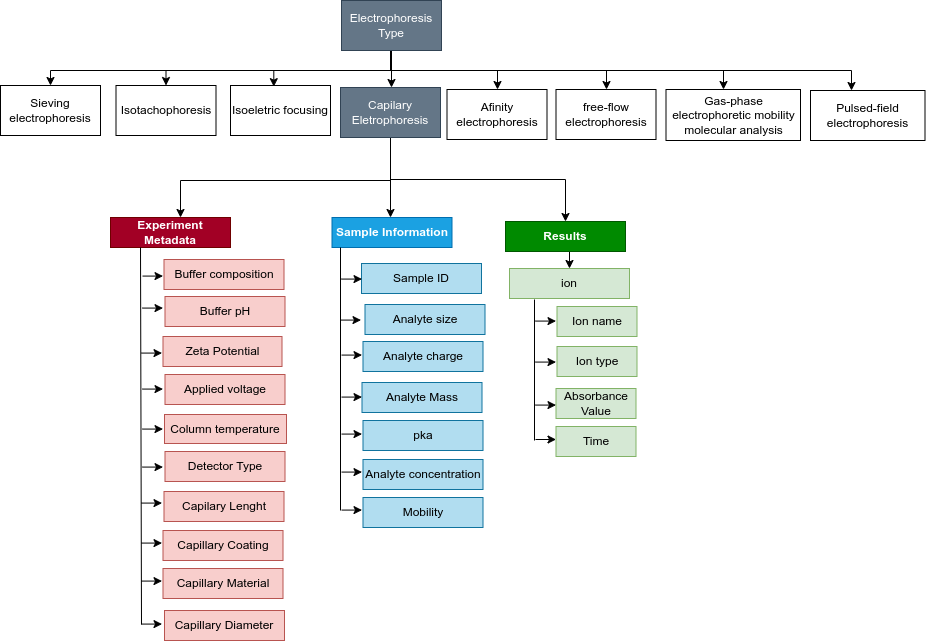
Earlier version of the draw.io export vignettes/capillaryElectrophoresis.png (cran/FAIRmaterials). Source tidied: cells renumbered, new cells last; positions are measured from the earlier drawing's top-left corner, leaving out a move shared by most shapes.
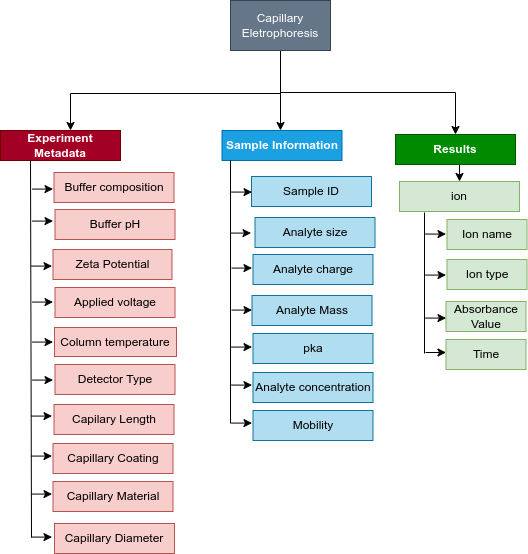
The same diagram one commit later.

The edit, as a diff of the source:
```diff
@@ -14,7 +14,7 @@
     <mxCell id="5" value="Detector Type" style="rounded=0;whiteSpace=wrap;html=1;fillColor=#f8cecc;strokeColor=#b85450;" parent="1" vertex="1">
       <mxGeometry x="164.5" y="451" width="120" height="30" as="geometry" />
     </mxCell>
-    <mxCell id="6" value="Capilary Lenght" style="rounded=0;whiteSpace=wrap;html=1;fillColor=#f8cecc;strokeColor=#b85450;" parent="1" vertex="1">
+    <mxCell id="6" value="Capilary Length" style="rounded=0;whiteSpace=wrap;html=1;fillColor=#f8cecc;strokeColor=#b85450;" parent="1" vertex="1">
       <mxGeometry x="163.5" y="491" width="120" height="30" as="geometry" />
     </mxCell>
     <mxCell id="7" value="Applied voltage" style="rounded=0;whiteSpace=wrap;html=1;fillColor=#f8cecc;strokeColor=#b85450;" parent="1" vertex="1">
@@ -56,77 +56,6 @@
     <mxCell id="19" value="ion" style="rounded=0;whiteSpace=wrap;html=1;fillColor=#d5e8d4;strokeColor=#82b366;" parent="1" vertex="1">
       <mxGeometry x="509" y="268" width="120" height="30" as="geometry" />
     </mxCell>
-    <mxCell id="20" style="edgeStyle=orthogonalEdgeStyle;rounded=0;jettySize=auto;html=1;exitX=0.5;exitY=1;exitDx=0;exitDy=0;" parent="1" edge="1" source="28" target="36">
-      <mxGeometry relative="1" as="geometry">
-        <Array as="points">
-          <mxPoint x="390" y="50" />
-          <mxPoint x="390" y="70" />
-          <mxPoint x="497" y="70" />
-        </Array>
-      </mxGeometry>
-    </mxCell>
-    <mxCell id="21" style="edgeStyle=orthogonalEdgeStyle;rounded=0;jettySize=auto;html=1;" parent="1" edge="1" source="28" target="37">
-      <mxGeometry relative="1" as="geometry">
-        <Array as="points">
-          <mxPoint x="390" y="70" />
-          <mxPoint x="606" y="70" />
-        </Array>
-      </mxGeometry>
-    </mxCell>
-    <mxCell id="22" style="edgeStyle=orthogonalEdgeStyle;rounded=0;jettySize=auto;html=1;" parent="1" edge="1" source="28" target="38">
-      <mxGeometry relative="1" as="geometry">
-        <Array as="points">
-          <mxPoint x="390" y="70" />
-          <mxPoint x="723" y="70" />
-        </Array>
-      </mxGeometry>
-    </mxCell>
-    <mxCell id="23" style="edgeStyle=orthogonalEdgeStyle;rounded=0;jettySize=auto;html=1;exitX=0.5;exitY=1;exitDx=0;exitDy=0;" parent="1" edge="1" source="28" target="39">
-      <mxGeometry relative="1" as="geometry">
-        <Array as="points">
-          <mxPoint x="390" y="50" />
-          <mxPoint x="390" y="70" />
-          <mxPoint x="851" y="70" />
-        </Array>
-      </mxGeometry>
-    </mxCell>
-    <mxCell id="24" style="edgeStyle=orthogonalEdgeStyle;rounded=0;jettySize=auto;html=1;" parent="1" edge="1" source="28" target="35">
-      <mxGeometry relative="1" as="geometry">
-        <Array as="points">
-          <mxPoint x="391" y="70" />
-          <mxPoint x="50" y="70" />
-        </Array>
-      </mxGeometry>
-    </mxCell>
-    <mxCell id="25" style="edgeStyle=orthogonalEdgeStyle;rounded=0;jettySize=auto;html=1;exitX=0.5;exitY=1;exitDx=0;exitDy=0;entryX=0.5;entryY=0;entryDx=0;entryDy=0;" parent="1" edge="1" source="28" target="33">
-      <mxGeometry relative="1" as="geometry">
-        <Array as="points">
-          <mxPoint x="391" y="70" />
-          <mxPoint x="166" y="70" />
-        </Array>
-      </mxGeometry>
-    </mxCell>
-    <mxCell id="26" style="edgeStyle=orthogonalEdgeStyle;rounded=0;jettySize=auto;html=1;exitX=0.5;exitY=1;exitDx=0;exitDy=0;entryX=0.433;entryY=0.023;entryDx=0;entryDy=0;entryPerimeter=0;" parent="1" edge="1" source="28" target="34">
-      <mxGeometry relative="1" as="geometry">
-        <Array as="points">
-          <mxPoint x="391" y="70" />
-          <mxPoint x="273" y="70" />
-        </Array>
-      </mxGeometry>
-    </mxCell>
-    <mxCell id="27" style="edgeStyle=orthogonalEdgeStyle;rounded=0;orthogonalLoop=1;jettySize=auto;html=1;entryX=0.5;entryY=0;entryDx=0;entryDy=0;" parent="1" edge="1">
-      <mxGeometry relative="1" as="geometry">
-        <mxPoint x="385" y="70" as="sourcePoint" />
-        <mxPoint x="391" y="87" as="targetPoint" />
-        <Array as="points">
-          <mxPoint x="392" y="70" />
-          <mxPoint x="391" y="70" />
-        </Array>
-      </mxGeometry>
-    </mxCell>
-    <mxCell id="28" value="&lt;span style=&quot;font-weight: normal;&quot;&gt;Electrophoresis Type&lt;/span&gt;" style="rounded=0;whiteSpace=wrap;html=1;fontStyle=1;fillColor=#647687;strokeColor=#314354;fontColor=#ffffff;" parent="1" vertex="1">
-      <mxGeometry x="341" width="100" height="50" as="geometry" />
-    </mxCell>
     <mxCell id="29" style="edgeStyle=orthogonalEdgeStyle;rounded=0;jettySize=auto;html=1;" parent="1" edge="1" source="32" target="13">
       <mxGeometry relative="1" as="geometry">
         <Array as="points">
@@ -146,30 +75,9 @@
         </Array>
       </mxGeometry>
     </mxCell>
-    <mxCell id="32" value="&lt;span style=&quot;font-weight: normal;&quot;&gt;Capilary Eletrophoresis&lt;/span&gt;" style="rounded=0;whiteSpace=wrap;html=1;fontStyle=1;fillColor=#647687;fontColor=#ffffff;strokeColor=#314354;" parent="1" vertex="1">
+    <mxCell id="32" value="&lt;span style=&quot;font-weight: normal;&quot;&gt;Capillary Eletrophoresis&lt;/span&gt;" style="rounded=0;whiteSpace=wrap;html=1;fontStyle=1;fillColor=#647687;fontColor=#ffffff;strokeColor=#314354;" parent="1" vertex="1">
       <mxGeometry x="340" y="87" width="100" height="50" as="geometry" />
     </mxCell>
-    <mxCell id="33" value="&lt;span style=&quot;font-weight: normal;&quot;&gt;Isotachophoresis&lt;/span&gt;" style="rounded=0;whiteSpace=wrap;html=1;fontStyle=1;" parent="1" vertex="1">
-      <mxGeometry x="115.5" y="85" width="100" height="50" as="geometry" />
-    </mxCell>
-    <mxCell id="34" value="&lt;span style=&quot;font-weight: normal;&quot;&gt;Isoeletric focusing&lt;/span&gt;" style="rounded=0;whiteSpace=wrap;html=1;fontStyle=1;" parent="1" vertex="1">
-      <mxGeometry x="230" y="85" width="100" height="50" as="geometry" />
-    </mxCell>
-    <mxCell id="35" value="&lt;span style=&quot;font-weight: normal;&quot;&gt;Sieving electrophoresis&lt;/span&gt;" style="rounded=0;whiteSpace=wrap;html=1;fontStyle=1;" parent="1" vertex="1">
-      <mxGeometry y="85" width="100" height="50" as="geometry" />
-    </mxCell>
-    <mxCell id="36" value="&lt;span style=&quot;font-weight: normal;&quot;&gt;Afinity electrophoresis&lt;/span&gt;" style="rounded=0;whiteSpace=wrap;html=1;fontStyle=1;" parent="1" vertex="1">
-      <mxGeometry x="446.5" y="89" width="100" height="50" as="geometry" />
-    </mxCell>
-    <mxCell id="37" value="&lt;span style=&quot;font-weight: normal;&quot;&gt;free-flow electrophoresis&lt;/span&gt;" style="rounded=0;whiteSpace=wrap;html=1;fontStyle=1;" parent="1" vertex="1">
-      <mxGeometry x="555.5" y="89" width="100" height="50" as="geometry" />
-    </mxCell>
-    <mxCell id="38" value="&lt;span style=&quot;font-weight: normal;&quot;&gt;Gas-phase electrophoretic mobility molecular analysis&lt;/span&gt;" style="rounded=0;whiteSpace=wrap;html=1;fontStyle=1;" parent="1" vertex="1">
-      <mxGeometry x="665.5" y="89" width="134.5" height="51" as="geometry" />
-    </mxCell>
-    <mxCell id="39" value="&lt;span style=&quot;font-weight: normal;&quot;&gt;Pulsed-field electrophoresis&lt;/span&gt;" style="rounded=0;whiteSpace=wrap;html=1;fontStyle=1;" parent="1" vertex="1">
-      <mxGeometry x="810" y="90" width="114.5" height="50" as="geometry" />
-    </mxCell>
     <mxCell id="40" value="Mobility" style="rounded=0;whiteSpace=wrap;html=1;fillColor=#b1ddf0;strokeColor=#10739e;" parent="1" vertex="1">
       <mxGeometry x="362.5" y="497" width="120" height="30" as="geometry" />
     </mxCell>
```
